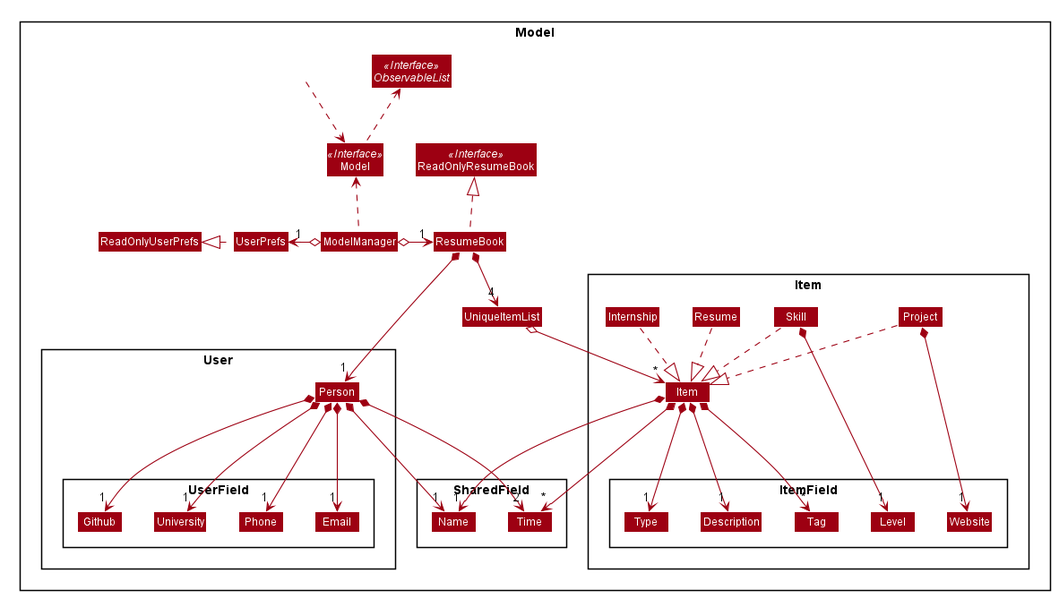
wardetu/main keeps this PlantUML diagram as docs/images/ModelClassDiagram.png. Above is the earlier version. The source it was exported from:
```plantuml
@startuml








skinparam BackgroundColor #DDDDDDD

skinparam Shadowing false

skinparam Class {
    FontColor #FFFFFF
    BorderThickness 1
    BorderColor #FFFFFF
    StereotypeFontColor #FFFFFF
    FontName Arial
}

skinparam Actor {
    BorderColor #000000
    Color #000000
    FontName Arial
}

skinparam Sequence {
    MessageAlign center
    BoxFontSize 15
    BoxPadding 0
    BoxFontColor #FFFFFF
    FontName Arial
}

skinparam Participant {
    FontColor #FFFFFFF
    Padding 20
}

skinparam MinClassWidth 50
skinparam ParticipantPadding 10
skinparam Shadowing false
skinparam DefaultTextAlignment center
skinparam packageStyle Rectangle

hide footbox
hide members
hide circle
skinparam arrowThickness 1.1
skinparam arrowColor #9D0012
skinparam classBackgroundColor #9D0012

Package Model <<Rectangle>>{
Interface Model <<Interface>>
Interface ObservableList <<Interface>>
Interface ReadOnlyResumeBook <<Interface>>
Class Model
Class ModelManager
Class UserPrefs
Class ReadOnlyUserPrefs
Class ResumeBook
Class ReadOnlyResumeBook
Class UniqueItemList

Package User {
Class Person
Package UserField {
Class Phone
Class Email
Class Github
Class University
}
}

Package Item {
Class Item
Class Resume
Class Internship
Class Project
Class Skill

Package ItemField {
Class Type
Class Description
Class Website
Class Level
Class Tag
}
}

Package SharedField {
Class Name
Class Time
}

Class HiddenOutside #FFFFFF
HiddenOutside .d.> Model
Model .u.> ObservableList
ModelManager .u.> Model

ModelManager o-l-> "1" UserPrefs
UserPrefs .l.|> ReadOnlyUserPrefs

ModelManager o-r-> "1" ResumeBook
ResumeBook .u.|> ReadOnlyResumeBook

ResumeBook *-d-> "1" Person
Person *---> "1" Name
Person *---> "2" Time
Person *---> "1" Phone
Person *---> "1" Email
Person *---> "1" Github
Person *---> "1" University

ResumeBook *--> "4" UniqueItemList
UniqueItemList o--> "*" Item

Item *---> "1" Name
Item *---> "*" Time
Item *---> "1" Type
Item *---> "1" Description
Item *---> "*" Tag

Project ..|> Item
Skill ..|> Item
Resume ..|> Item
Internship ..|> Item

Project *-> "1" Website
Skill *-> "1" Level

}
@enduml
```
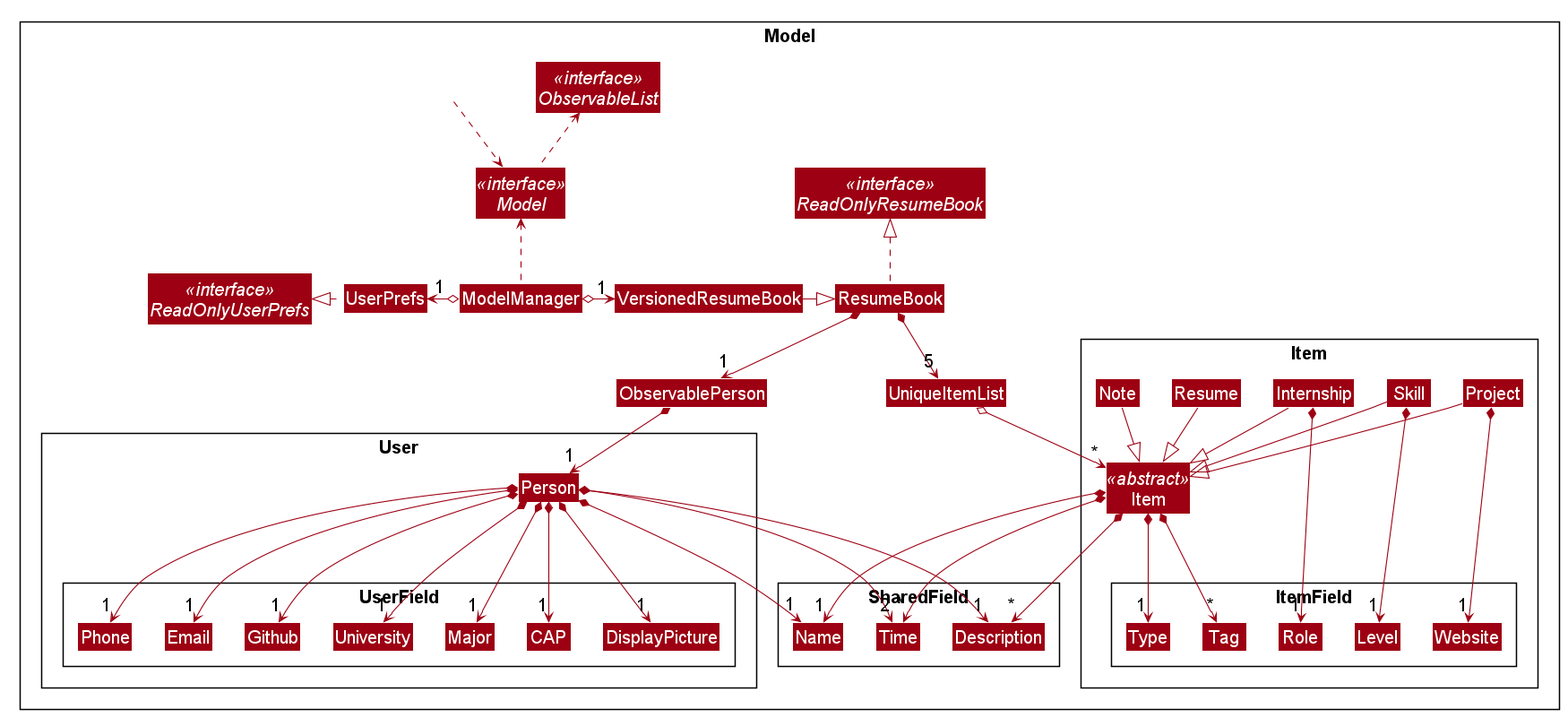
The same diagram one commit later.

The edit, as a diff of the source:
```diff
@@ -1,4 +1,5 @@
 @startuml
+
 
 
 
@@ -50,39 +51,44 @@
 skinparam arrowThickness 1.1
 skinparam arrowColor #9D0012
 skinparam classBackgroundColor #9D0012
+skinparam defaultFontSize 20
 
 Package Model <<Rectangle>>{
-Interface Model <<Interface>>
-Interface ObservableList <<Interface>>
-Interface ReadOnlyResumeBook <<Interface>>
-Class Model
+Interface ObservableList <<interface>>
+Interface Model <<interface>>
+Interface ReadOnlyUserPrefs <<interface>>
+Interface ReadOnlyResumeBook <<interface>>
 Class ModelManager
 Class UserPrefs
-Class ReadOnlyUserPrefs
 Class ResumeBook
-Class ReadOnlyResumeBook
+Class VersionedResumeBook
 Class UniqueItemList
+Class ObservablePerson
 
 Package User {
 Class Person
 Package UserField {
+Class DisplayPicture
 Class Phone
 Class Email
 Class Github
 Class University
+Class Major
+Class CAP
 }
 }
 
 Package Item {
-Class Item
+Class Item <<abstract>>
 Class Resume
 Class Internship
 Class Project
 Class Skill
+Class Note
 
 Package ItemField {
 Class Type
-Class Description
+Class Role
 Class Website
 Class Level
 Class Tag
@@ -92,6 +98,7 @@
 Package SharedField {
 Class Name
 Class Time
+Class Description
 }
 
 Class HiddenOutside #FFFFFF
@@ -102,33 +109,41 @@
 ModelManager o-l-> "1" UserPrefs
 UserPrefs .l.|> ReadOnlyUserPrefs
 
-ModelManager o-r-> "1" ResumeBook
+ModelManager o-r-> "1" VersionedResumeBook
+VersionedResumeBook -r-|> ResumeBook
 ResumeBook .u.|> ReadOnlyResumeBook
 
-ResumeBook *-d-> "1" Person
+ResumeBook *-d-> "1" ObservablePerson
+ObservablePerson *-d-> "1" Person
 Person *---> "1" Name
+Person *---> "1" DisplayPicture
+Person *---> "1" Description
 Person *---> "2" Time
 Person *---> "1" Phone
 Person *---> "1" Email
 Person *---> "1" Github
 Person *---> "1" University
+Person *---> "1" Major
+Person *---> "1" CAP
 
-ResumeBook *--> "4" UniqueItemList
+ResumeBook *--> "5" UniqueItemList
 UniqueItemList o--> "*" Item
 
 Item *---> "1" Name
 Item *---> "*" Time
 Item *---> "1" Type
-Item *---> "1" Description
+Item *---> "*" Description
 Item *---> "*" Tag
 
-Project ..|> Item
-Skill ..|> Item
-Resume ..|> Item
-Internship ..|> Item
+Project --|> Item
+Skill --|> Item
+Resume --|> Item
+Internship --|> Item
+Note --|> Item
 
 Project *-> "1" Website
 Skill *-> "1" Level
+Internship *-> "1" Role
 
 }
 @enduml
```
